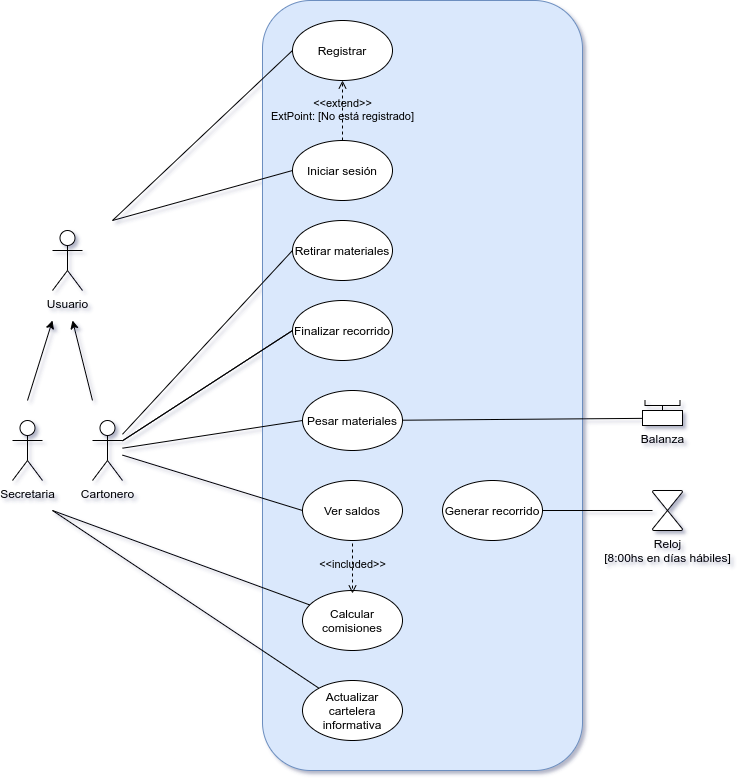
MorisNicolas/TPE-Metodologia keeps this draw.io diagram as UseCases/UseCasesDiagV3.png. Above is the earlier version. Source tidied: cells renumbered, new cells last; positions are measured from the earlier drawing's top-left corner, leaving out a move shared by most shapes.
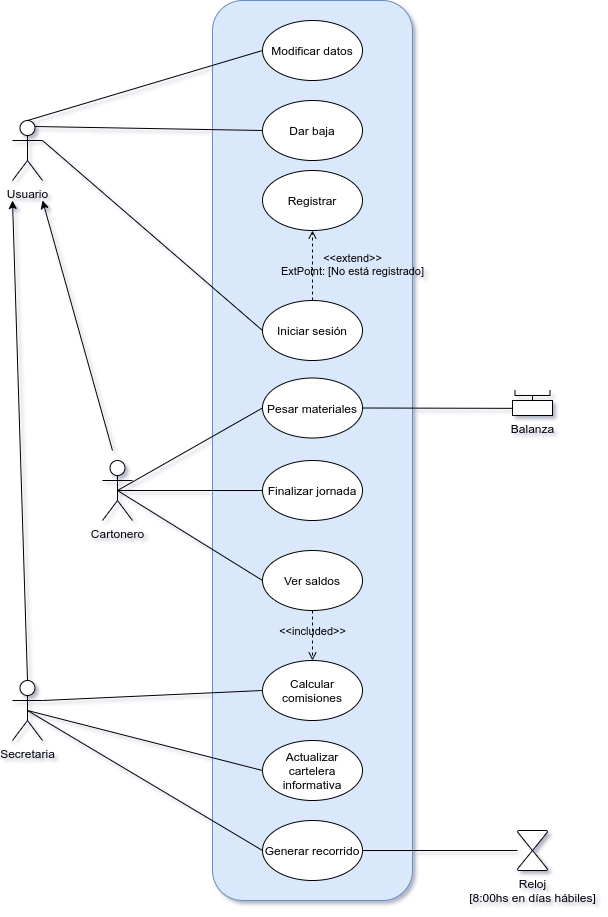
After the commit.

Change to the diagram source:
```diff
@@ -3,40 +3,36 @@
     <mxCell id="0" />
     <mxCell id="1" parent="0" />
     <mxCell id="2" style="rounded=1;whiteSpace=wrap;html=1;shadow=0;sketch=0;fillColor=#dae8fc;strokeColor=#6c8ebf;glass=0;" parent="1" vertex="1">
-      <mxGeometry x="250" width="320" height="770" as="geometry" />
+      <mxGeometry x="230" y="-180" width="200" height="900" as="geometry" />
     </mxCell>
     <mxCell id="3" value="Registrar" style="ellipse;whiteSpace=wrap;html=1;shadow=0;sketch=0;" parent="1" vertex="1">
-      <mxGeometry x="280" y="20" width="100" height="60" as="geometry" />
+      <mxGeometry x="280" y="-10" width="100" height="60" as="geometry" />
     </mxCell>
     <mxCell id="4" value="Iniciar sesión" style="ellipse;whiteSpace=wrap;html=1;shadow=0;sketch=0;" parent="1" vertex="1">
-      <mxGeometry x="280" y="140" width="100" height="60" as="geometry" />
+      <mxGeometry x="280" y="120" width="100" height="60" as="geometry" />
     </mxCell>
     <mxCell id="5" value="Cartonero" style="shape=umlActor;verticalLabelPosition=bottom;verticalAlign=top;html=1;outlineConnect=0;" parent="1" vertex="1">
-      <mxGeometry x="80" y="420" width="30" height="60" as="geometry" />
+      <mxGeometry x="120" y="280" width="30" height="60" as="geometry" />
     </mxCell>
-    <mxCell id="6" value="Retirar materiales" style="ellipse;whiteSpace=wrap;html=1;" parent="1" vertex="1">
-      <mxGeometry x="280" y="220" width="100" height="60" as="geometry" />
-    </mxCell>
     <mxCell id="7" value="Pesar materiales" style="ellipse;whiteSpace=wrap;html=1;" parent="1" vertex="1">
-      <mxGeometry x="290" y="390" width="100" height="60" as="geometry" />
+      <mxGeometry x="280" y="197.5" width="100" height="60" as="geometry" />
     </mxCell>
     <mxCell id="8" value="Ver saldos" style="ellipse;whiteSpace=wrap;html=1;shadow=0;sketch=0;" parent="1" vertex="1">
-      <mxGeometry x="290" y="480" width="100" height="60" as="geometry" />
+      <mxGeometry x="280" y="370" width="100" height="60" as="geometry" />
     </mxCell>
-    <mxCell id="9" style="endArrow=none;html=1;entryX=0;entryY=0.5;entryDx=0;entryDy=0;" parent="1" edge="1" source="5" target="6">
-      <mxGeometry relative="1" as="geometry" />
-    </mxCell>
     <mxCell id="10" style="endArrow=none;html=1;exitX=0;exitY=0.5;exitDx=0;exitDy=0;" parent="1" edge="1" source="19" target="5">
       <mxGeometry relative="1" as="geometry" />
     </mxCell>
-    <mxCell id="11" style="endArrow=none;html=1;entryX=0;entryY=0.5;entryDx=0;entryDy=0;" parent="1" edge="1" source="5" target="8">
+    <mxCell id="11" style="endArrow=none;html=1;entryX=0;entryY=0.5;entryDx=0;entryDy=0;exitX=0.5;exitY=0.5;exitDx=0;exitDy=0;exitPerimeter=0;" parent="1" edge="1" source="5" target="8">
       <mxGeometry relative="1" as="geometry" />
     </mxCell>
-    <mxCell id="12" style="endArrow=none;html=1;exitX=0;exitY=0.5;exitDx=0;exitDy=0;startArrow=none;" parent="1" edge="1" source="19" target="5">
-      <mxGeometry relative="1" as="geometry" />
+    <mxCell id="12" style="endArrow=none;html=1;exitX=0;exitY=0.5;exitDx=0;exitDy=0;startArrow=none;" parent="1" edge="1" source="19">
+      <mxGeometry relative="1" as="geometry">
+        <mxPoint x="135" y="310" as="targetPoint" />
+      </mxGeometry>
     </mxCell>
     <mxCell id="13" value="Generar recorrido" style="ellipse;whiteSpace=wrap;html=1;" parent="1" vertex="1">
-      <mxGeometry x="430" y="480" width="100" height="60" as="geometry" />
+      <mxGeometry x="280" y="640" width="100" height="60" as="geometry" />
     </mxCell>
     <mxCell id="14" style="endArrow=none;html=1;" parent="1" edge="1" source="13" target="18">
       <mxGeometry relative="1" as="geometry" />
@@ -48,58 +44,37 @@
       </mxGeometry>
     </mxCell>
     <mxCell id="16" value="&amp;lt;&amp;lt;extend&amp;gt;&amp;gt;&lt;br&gt;ExtPoint: [No está registrado]" style="html=1;verticalAlign=bottom;labelBackgroundColor=none;endArrow=open;endFill=0;dashed=1;exitX=0.5;exitY=0;exitDx=0;exitDy=0;entryX=0.5;entryY=1;entryDx=0;entryDy=0;" parent="1" edge="1" source="4" target="3">
-      <mxGeometry x="-0.5" relative="1" as="geometry" />
+      <mxGeometry x="-0.43" y="-40" relative="1" as="geometry" />
     </mxCell>
     <mxCell id="17" style="endArrow=none;html=1;exitX=0.038;exitY=0.523;exitDx=0;exitDy=0;exitPerimeter=0;" parent="1" edge="1" source="31" target="7">
       <mxGeometry relative="1" as="geometry" />
     </mxCell>
     <mxCell id="18" value="Reloj&lt;br&gt;[8:00hs en días hábiles]" style="verticalLabelPosition=bottom;verticalAlign=top;html=1;shape=mxgraph.flowchart.collate;" parent="1" vertex="1">
-      <mxGeometry x="640" y="490" width="30" height="40" as="geometry" />
+      <mxGeometry x="535" y="650" width="30" height="40" as="geometry" />
     </mxCell>
-    <mxCell id="19" value="Finalizar recorrido" style="ellipse;whiteSpace=wrap;html=1;shadow=0;sketch=0;" parent="1" vertex="1">
-      <mxGeometry x="280" y="300" width="100" height="60" as="geometry" />
+    <mxCell id="19" value="Finalizar jornada" style="ellipse;whiteSpace=wrap;html=1;shadow=0;sketch=0;" parent="1" vertex="1">
+      <mxGeometry x="280" y="280" width="100" height="60" as="geometry" />
     </mxCell>
-    <mxCell id="20" style="endArrow=none;html=1;exitX=0;exitY=0.5;exitDx=0;exitDy=0;" parent="1" edge="1" source="7" target="5">
+    <mxCell id="20" style="endArrow=none;html=1;exitX=0;exitY=0.5;exitDx=0;exitDy=0;entryX=0.5;entryY=0.5;entryDx=0;entryDy=0;entryPerimeter=0;" parent="1" edge="1" source="7" target="5">
       <mxGeometry relative="1" as="geometry" />
     </mxCell>
     <mxCell id="21" value="Actualizar cartelera informativa" style="ellipse;whiteSpace=wrap;html=1;shadow=0;sketch=0;" parent="1" vertex="1">
-      <mxGeometry x="290" y="680" width="100" height="60" as="geometry" />
+      <mxGeometry x="280" y="560" width="100" height="60" as="geometry" />
     </mxCell>
     <mxCell id="22" value="Calcular comisiones" style="ellipse;whiteSpace=wrap;html=1;shadow=0;sketch=0;" parent="1" vertex="1">
-      <mxGeometry x="290" y="590" width="100" height="60" as="geometry" />
+      <mxGeometry x="280" y="480" width="100" height="60" as="geometry" />
     </mxCell>
-    <mxCell id="23" value="&amp;lt;&amp;lt;included&amp;gt;&amp;gt;" style="html=1;verticalAlign=bottom;labelBackgroundColor=none;endArrow=open;endFill=0;dashed=1;" parent="1" edge="1">
-      <mxGeometry x="0.2" relative="1" as="geometry">
-        <mxPoint x="340" y="543" as="sourcePoint" />
-        <mxPoint x="340" y="593" as="targetPoint" />
-      </mxGeometry>
+    <mxCell id="23" value="&amp;lt;&amp;lt;included&amp;gt;&amp;gt;" style="html=1;verticalAlign=bottom;labelBackgroundColor=none;endArrow=open;endFill=0;dashed=1;entryX=0.5;entryY=0;entryDx=0;entryDy=0;exitX=0.5;exitY=1;exitDx=0;exitDy=0;" parent="1" edge="1" source="8" target="22">
+      <mxGeometry x="0.2" relative="1" as="geometry" />
     </mxCell>
-    <mxCell id="24" style="endArrow=none;html=1;entryX=0;entryY=0.5;entryDx=0;entryDy=0;" parent="1" edge="1" target="4">
-      <mxGeometry relative="1" as="geometry">
-        <mxPoint x="100" y="220" as="sourcePoint" />
-      </mxGeometry>
+    <mxCell id="24" style="endArrow=none;html=1;entryX=0;entryY=0.5;entryDx=0;entryDy=0;exitX=1;exitY=0.3333333333333333;exitDx=0;exitDy=0;exitPerimeter=0;" parent="1" edge="1" source="35" target="4">
+      <mxGeometry relative="1" as="geometry" />
     </mxCell>
-    <mxCell id="25" style="endArrow=none;html=1;" parent="1" edge="1" target="21">
-      <mxGeometry relative="1" as="geometry">
-        <mxPoint x="40" y="510" as="sourcePoint" />
-      </mxGeometry>
-    </mxCell>
-    <mxCell id="26" style="endArrow=none;html=1;" parent="1" edge="1" target="22">
-      <mxGeometry relative="1" as="geometry">
-        <mxPoint x="40" y="510" as="sourcePoint" />
-      </mxGeometry>
-    </mxCell>
-    <mxCell id="27" style="endArrow=none;html=1;" parent="1" edge="1">
-      <mxGeometry relative="1" as="geometry">
-        <mxPoint x="100" y="220" as="sourcePoint" />
-        <mxPoint x="280" y="50" as="targetPoint" />
-      </mxGeometry>
-    </mxCell>
     <mxCell id="28" style="edgeStyle=orthogonalEdgeStyle;rounded=0;orthogonalLoop=1;jettySize=auto;html=1;exitX=0.5;exitY=1;exitDx=0;exitDy=0;" parent="1" edge="1" source="4" target="4">
       <mxGeometry relative="1" as="geometry" />
     </mxCell>
     <mxCell id="29" style="group;" parent="1" vertex="1">
-      <mxGeometry x="630" y="400" width="40" height="25" as="geometry" />
+      <mxGeometry x="530" y="210" width="40" height="25" as="geometry" />
     </mxCell>
     <mxCell id="30" style="strokeWidth=1;html=1;shape=mxgraph.flowchart.annotation_2;align=left;labelPosition=right;rotation=-90;" parent="29" vertex="1">
       <mxGeometry x="15" y="-12.5" width="10" height="35" as="geometry" />
@@ -108,22 +83,42 @@
       <mxGeometry y="10" width="40" height="15" as="geometry" />
     </mxCell>
     <mxCell id="32" value="Secretaria" style="shape=umlActor;verticalLabelPosition=bottom;verticalAlign=top;html=1;outlineConnect=0;shadow=0;sketch=0;rotation=0;" parent="1" vertex="1">
-      <mxGeometry y="420" width="30" height="60" as="geometry" />
+      <mxGeometry x="30" y="500" width="30" height="60" as="geometry" />
     </mxCell>
-    <mxCell id="33" style="rounded=0;orthogonalLoop=1;jettySize=auto;html=1;startArrow=classic;startFill=1;endArrow=none;endFill=0;" parent="1" edge="1">
+    <mxCell id="33" style="rounded=0;jettySize=auto;html=1;startArrow=classic;startFill=1;endArrow=none;endFill=0;entryX=0.5;entryY=0;entryDx=0;entryDy=0;entryPerimeter=0;" parent="1" edge="1" target="32">
       <mxGeometry relative="1" as="geometry">
-        <mxPoint x="40" y="320" as="sourcePoint" />
-        <mxPoint x="15" y="400" as="targetPoint" />
+        <mxPoint x="30" y="20" as="sourcePoint" />
       </mxGeometry>
     </mxCell>
     <mxCell id="34" style="rounded=0;orthogonalLoop=1;jettySize=auto;html=1;startArrow=classic;startFill=1;endArrow=none;endFill=0;" parent="1" edge="1">
       <mxGeometry relative="1" as="geometry">
-        <mxPoint x="60" y="320" as="sourcePoint" />
-        <mxPoint x="80" y="400" as="targetPoint" />
+        <mxPoint x="60" y="20" as="sourcePoint" />
+        <mxPoint x="130" y="270" as="targetPoint" />
       </mxGeometry>
     </mxCell>
     <mxCell id="35" value="Usuario" style="shape=umlActor;verticalLabelPosition=bottom;verticalAlign=top;html=1;outlineConnect=0;shadow=0;sketch=0;rotation=0;" parent="1" vertex="1">
-      <mxGeometry x="40" y="230" width="30" height="60" as="geometry" />
+      <mxGeometry x="30" y="-60" width="30" height="60" as="geometry" />
     </mxCell>
+    <mxCell id="36" value="Modificar datos" style="ellipse;whiteSpace=wrap;html=1;shadow=0;sketch=0;" parent="1" vertex="1">
+      <mxGeometry x="280" y="-160" width="100" height="60" as="geometry" />
+    </mxCell>
+    <mxCell id="37" value="Dar baja&lt;br&gt;" style="ellipse;whiteSpace=wrap;html=1;shadow=0;sketch=0;" parent="1" vertex="1">
+      <mxGeometry x="280" y="-80" width="100" height="60" as="geometry" />
+    </mxCell>
+    <mxCell id="38" style="endArrow=none;html=1;exitX=0.5;exitY=0.5;exitDx=0;exitDy=0;exitPerimeter=0;entryX=0;entryY=0.5;entryDx=0;entryDy=0;" parent="1" edge="1" source="32" target="21">
+      <mxGeometry relative="1" as="geometry" />
+    </mxCell>
+    <mxCell id="39" style="endArrow=none;html=1;entryX=0;entryY=0.5;entryDx=0;entryDy=0;exitX=1;exitY=0.3333333333333333;exitDx=0;exitDy=0;exitPerimeter=0;" parent="1" edge="1" source="32" target="22">
+      <mxGeometry relative="1" as="geometry" />
+    </mxCell>
+    <mxCell id="40" style="endArrow=none;html=1;entryX=0;entryY=0.5;entryDx=0;entryDy=0;exitX=0.75;exitY=0.1;exitDx=0;exitDy=0;exitPerimeter=0;" parent="1" edge="1" source="35" target="37">
+      <mxGeometry relative="1" as="geometry" />
+    </mxCell>
+    <mxCell id="41" style="endArrow=none;html=1;entryX=0;entryY=0.5;entryDx=0;entryDy=0;exitX=0.5;exitY=0;exitDx=0;exitDy=0;exitPerimeter=0;" parent="1" edge="1" source="35" target="36">
+      <mxGeometry relative="1" as="geometry" />
+    </mxCell>
+    <mxCell id="42" style="endArrow=none;html=1;exitX=0;exitY=0.5;exitDx=0;exitDy=0;entryX=0.5;entryY=0.5;entryDx=0;entryDy=0;entryPerimeter=0;" parent="1" edge="1" source="13" target="32">
+      <mxGeometry relative="1" as="geometry" />
+    </mxCell>
   </root>
 </mxGraphModel>
```
